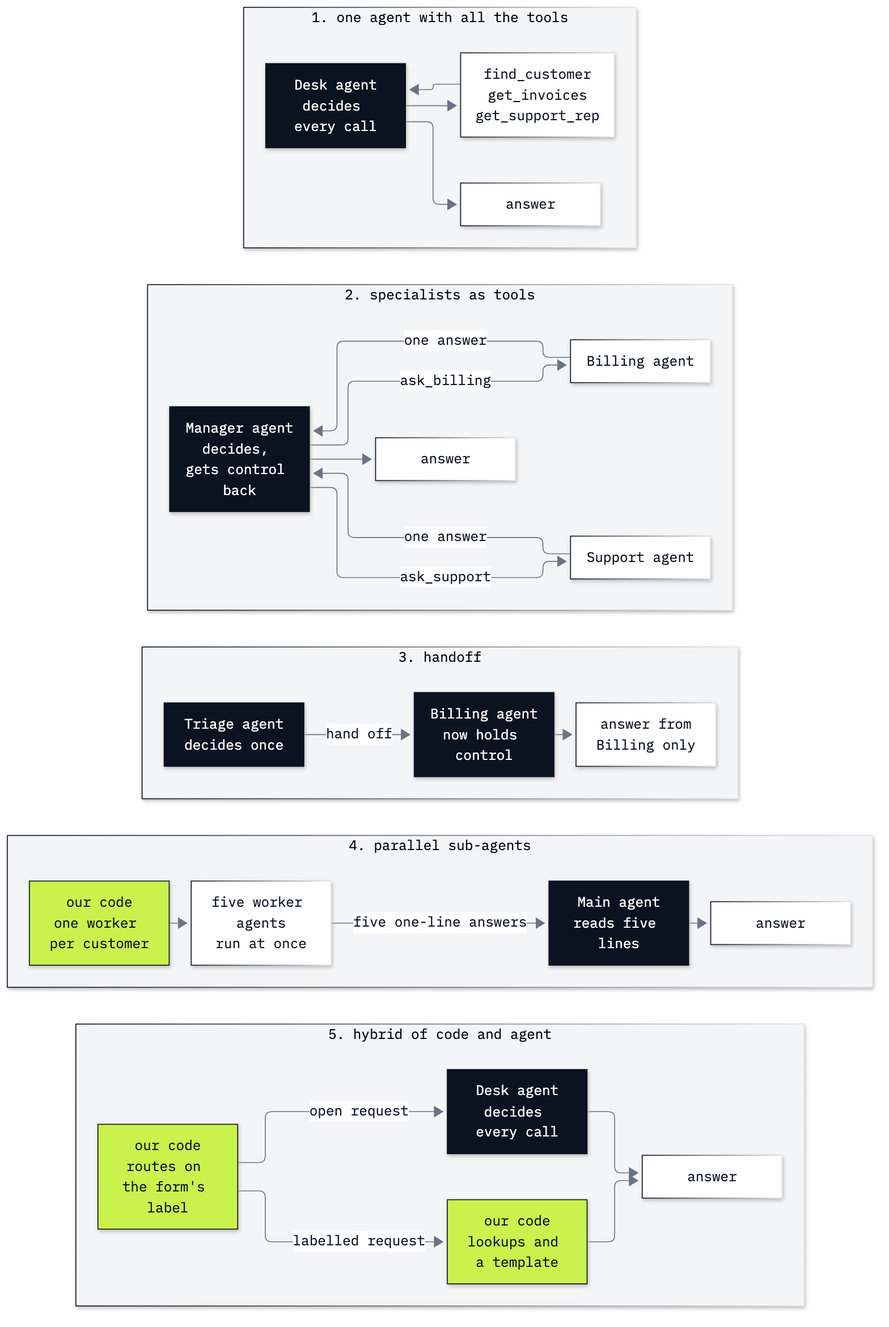
Before: 18_Agent_Designs/resources/lab18_designs.png, a diagram exported from Mermaid (tatwan/ai_agents_course). Its source is kept beside it as 18_Agent_Designs/resources/lab18_designs.mmd. The source it was exported from:
```mermaid
%%{init: {"theme": "base", "flowchart": {"curve": "basis", "nodeSpacing": 25, "rankSpacing": 36}, "themeVariables": {"fontFamily": "IBM Plex Mono, monospace", "fontSize": "15px", "primaryColor": "#FFFFFF", "primaryBorderColor": "#0B1220", "primaryTextColor": "#0B1220", "lineColor": "#6B7383", "clusterBkg": "#F4F5F7", "clusterBorder": "#6B7383"}}}%%
flowchart TB
    subgraph D1["1. one agent with all the tools"]
        direction LR
        d1[Desk agent<br/>decides every call] --> t1[find_customer<br/>get_invoices<br/>get_support_rep]
        t1 --> d1
        d1 --> a1[answer]
    end
    subgraph D2["2. specialists as tools"]
        direction LR
        m2[Manager agent<br/>decides, gets control back] -->|ask_billing| b2[Billing agent]
        b2 -->|one answer| m2
        m2 -->|ask_support| s2[Support agent]
        s2 -->|one answer| m2
        m2 --> a2[answer]
    end
    subgraph D3["3. handoff"]
        direction LR
        t3[Triage agent<br/>decides once] -->|hand off| b3[Billing agent<br/>now holds control]
        b3 --> a3[answer from<br/>Billing only]
    end
    subgraph D4["4. parallel sub-agents"]
        direction LR
        c4[our code<br/>one worker per customer] --> w4[five worker agents<br/>run at once]
        w4 -->|five one-line answers| m4[Main agent<br/>reads five lines]
        m4 --> a4[answer]
    end
    subgraph D5["5. hybrid of code and agent"]
        direction LR
        r5[our code<br/>routes on the form's label] -->|labelled request| h5[our code<br/>lookups and a template]
        r5 -->|open request| g5[Desk agent<br/>decides every call]
        h5 --> a5[answer]
        g5 --> a5
    end
    D1 ~~~ D2
    D2 ~~~ D3
    D3 ~~~ D4
    D4 ~~~ D5
    classDef model fill:#0B1220,color:#FFFFFF,stroke:#0B1220
    classDef code fill:#C9F24D,color:#0B1220,stroke:#0B1220
    class d1,m2,t3,b3,m4,g5 model
    class c4,r5,h5 code
```
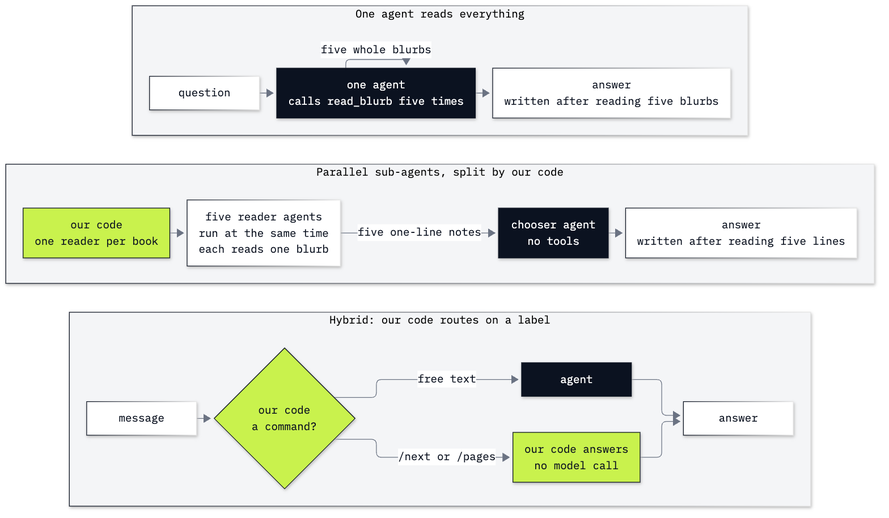
Later version of the same file.

What changed in the source:
```diff
@@ -1,42 +1,28 @@
-%%{init: {"theme": "base", "flowchart": {"curve": "basis", "nodeSpacing": 25, "rankSpacing": 36}, "themeVariables": {"fontFamily": "IBM Plex Mono, monospace", "fontSize": "15px", "primaryColor": "#FFFFFF", "primaryBorderColor": "#0B1220", "primaryTextColor": "#0B1220", "lineColor": "#6B7383", "clusterBkg": "#F4F5F7", "clusterBorder": "#6B7383"}}}%%
+%%{init: {"theme": "base", "flowchart": {"curve": "basis", "nodeSpacing": 25, "rankSpacing": 36, "wrappingWidth": 420}, "themeVariables": {"fontFamily": "IBM Plex Mono, monospace", "fontSize": "15px", "primaryColor": "#FFFFFF", "primaryBorderColor": "#0B1220", "primaryTextColor": "#0B1220", "lineColor": "#6B7383", "clusterBkg": "#F4F5F7", "clusterBorder": "#6B7383"}}}%%
 flowchart TB
-    subgraph D1["1. one agent with all the tools"]
+    subgraph D1["One agent reads everything"]
         direction LR
-        d1[Desk agent<br/>decides every call] --> t1[find_customer<br/>get_invoices<br/>get_support_rep]
-        t1 --> d1
-        d1 --> a1[answer]
+        q1[question] --> a1[one agent<br/>calls read_blurb five times]
+        a1 -->|five whole blurbs| a1
+        a1 --> r1[answer<br/>written after reading five blurbs]
     end
-    subgraph D2["2. specialists as tools"]
+    subgraph D2["Parallel sub-agents, split by our code"]
         direction LR
-        m2[Manager agent<br/>decides, gets control back] -->|ask_billing| b2[Billing agent]
-        b2 -->|one answer| m2
-        m2 -->|ask_support| s2[Support agent]
-        s2 -->|one answer| m2
-        m2 --> a2[answer]
+        c2[our code<br/>one reader per book] --> w2[five reader agents<br/>run at the same time<br/>each reads one blurb]
+        w2 -->|five one-line notes| m2[chooser agent<br/>no tools]
+        m2 --> r2[answer<br/>written after reading five lines]
     end
-    subgraph D3["3. handoff"]
+    subgraph D3["Hybrid: our code routes on a label"]
         direction LR
-        t3[Triage agent<br/>decides once] -->|hand off| b3[Billing agent<br/>now holds control]
-        b3 --> a3[answer from<br/>Billing only]
-    end
-    subgraph D4["4. parallel sub-agents"]
-        direction LR
-        c4[our code<br/>one worker per customer] --> w4[five worker agents<br/>run at once]
-        w4 -->|five one-line answers| m4[Main agent<br/>reads five lines]
-        m4 --> a4[answer]
-    end
-    subgraph D5["5. hybrid of code and agent"]
-        direction LR
-        r5[our code<br/>routes on the form's label] -->|labelled request| h5[our code<br/>lookups and a template]
-        r5 -->|open request| g5[Desk agent<br/>decides every call]
-        h5 --> a5[answer]
-        g5 --> a5
+        q3[message] --> c3{our code<br/>a command?}
+        c3 -->|/next or /pages| h3[our code answers<br/>no model call]
+        c3 -->|free text| a3[agent]
+        h3 --> r3[answer]
+        a3 --> r3
     end
     D1 ~~~ D2
     D2 ~~~ D3
-    D3 ~~~ D4
-    D4 ~~~ D5
     classDef model fill:#0B1220,color:#FFFFFF,stroke:#0B1220
     classDef code fill:#C9F24D,color:#0B1220,stroke:#0B1220
-    class d1,m2,t3,b3,m4,g5 model
-    class c4,r5,h5 code
+    class a1,m2,a3 model
+    class c2,c3,h3 code
```
